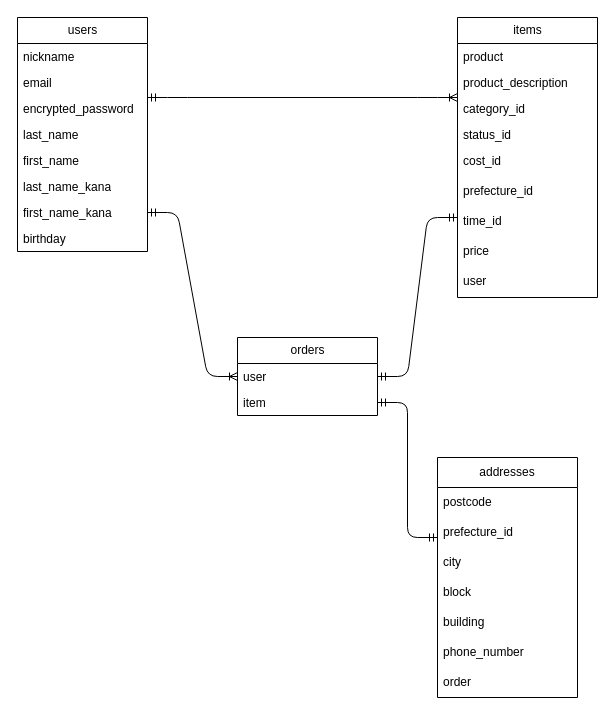
mika0715/furima-40479 keeps this draw.io diagram as er.dio. Above is the earlier version. Source tidied: cells renumbered, new cells numbered last; positions are measured from the earlier drawing's top-left corner, leaving out a move shared by most shapes. Both pictures are drawn from the tidied source at 100%, with x=0, y=0 at pixel (17, 17).
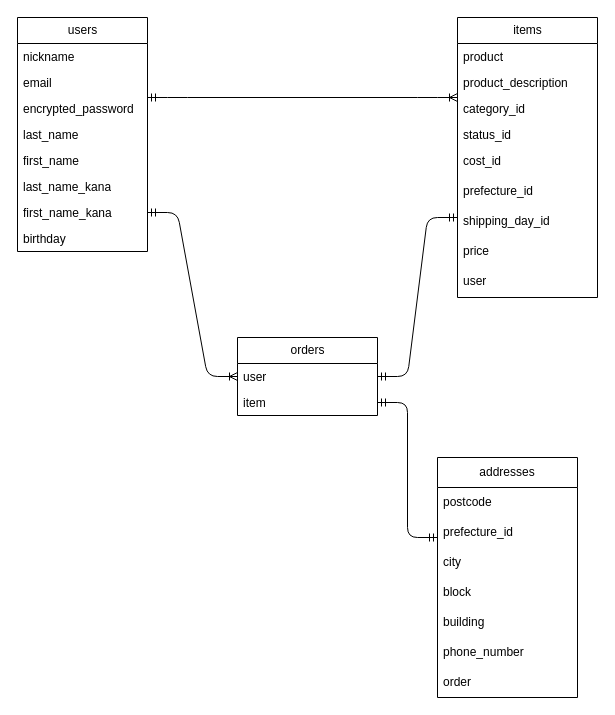
The same page after the edit.

The change refers to these unchanged cells:
```xml
<mxCell id="11" value="items" style="swimlane;fontStyle=0;horizontal=1;startSize=26;fillColor=none;html=1;" parent="1" vertex="1">
  <mxGeometry x="440" width="140" height="280" as="geometry" />
</mxCell>
```

What changed in the source:
```diff
@@
-    <mxCell id="18" value="time_id" style="text;strokeColor=none;fillColor=none;align=left;verticalAlign=top;spacingLeft=4;spacingRight=4;overflow=hidden;whiteSpace=wrap;html=1;" parent="11" vertex="1">
+    <mxCell id="18" value="shipping_day_id" style="text;strokeColor=none;fillColor=none;align=left;verticalAlign=top;spacingLeft=4;spacingRight=4;overflow=hidden;whiteSpace=wrap;html=1;" parent="11" vertex="1">
       <mxGeometry y="190" width="140" height="30" as="geometry" />
     </mxCell>
```
